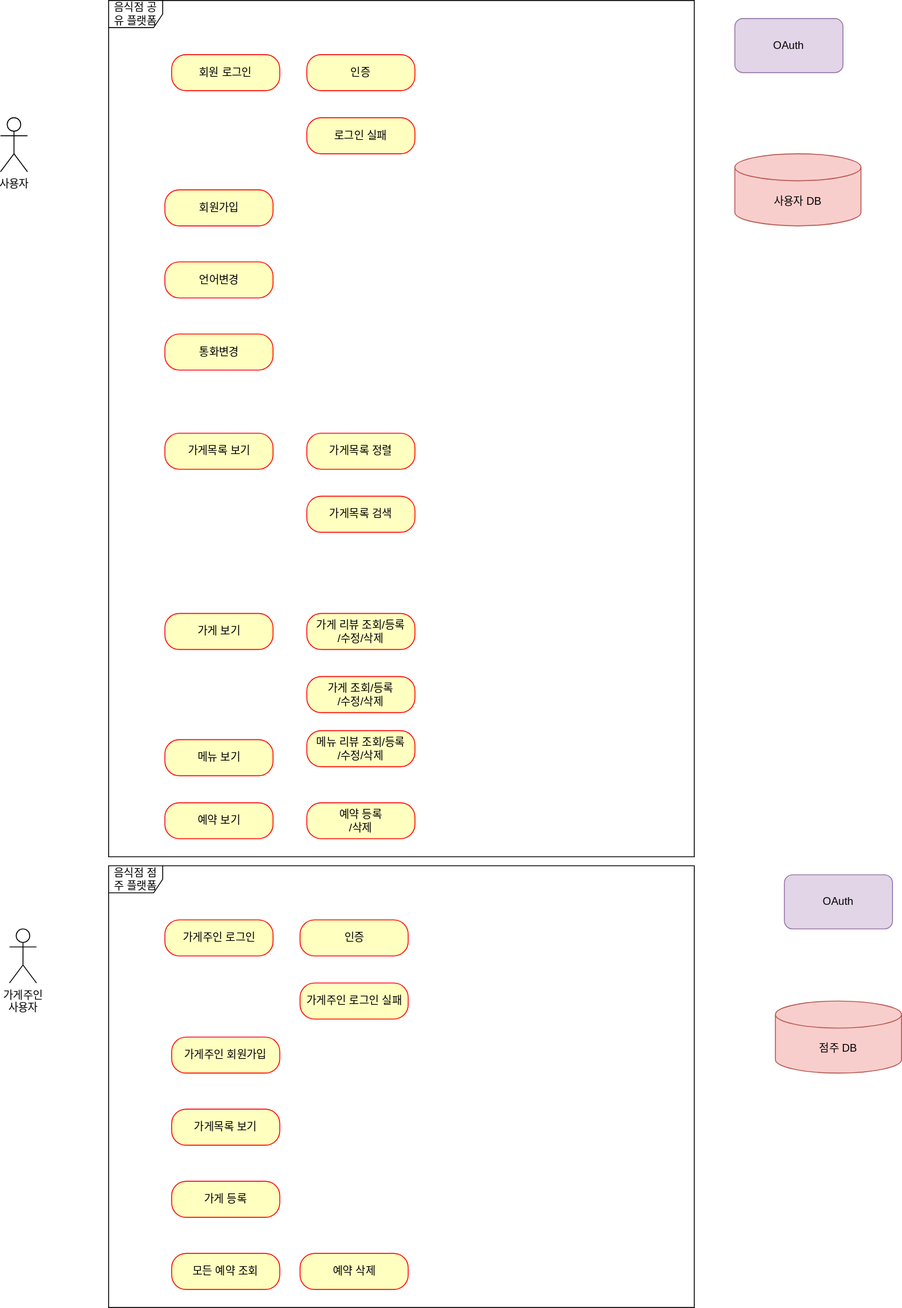
gunsight1/boot-up1-samsik keeps this draw.io diagram as document/usecase.svg. Above is the earlier version. Source tidied: cells renumbered, new cells last; positions are measured from the earlier drawing's top-left corner, leaving out a move shared by most shapes.
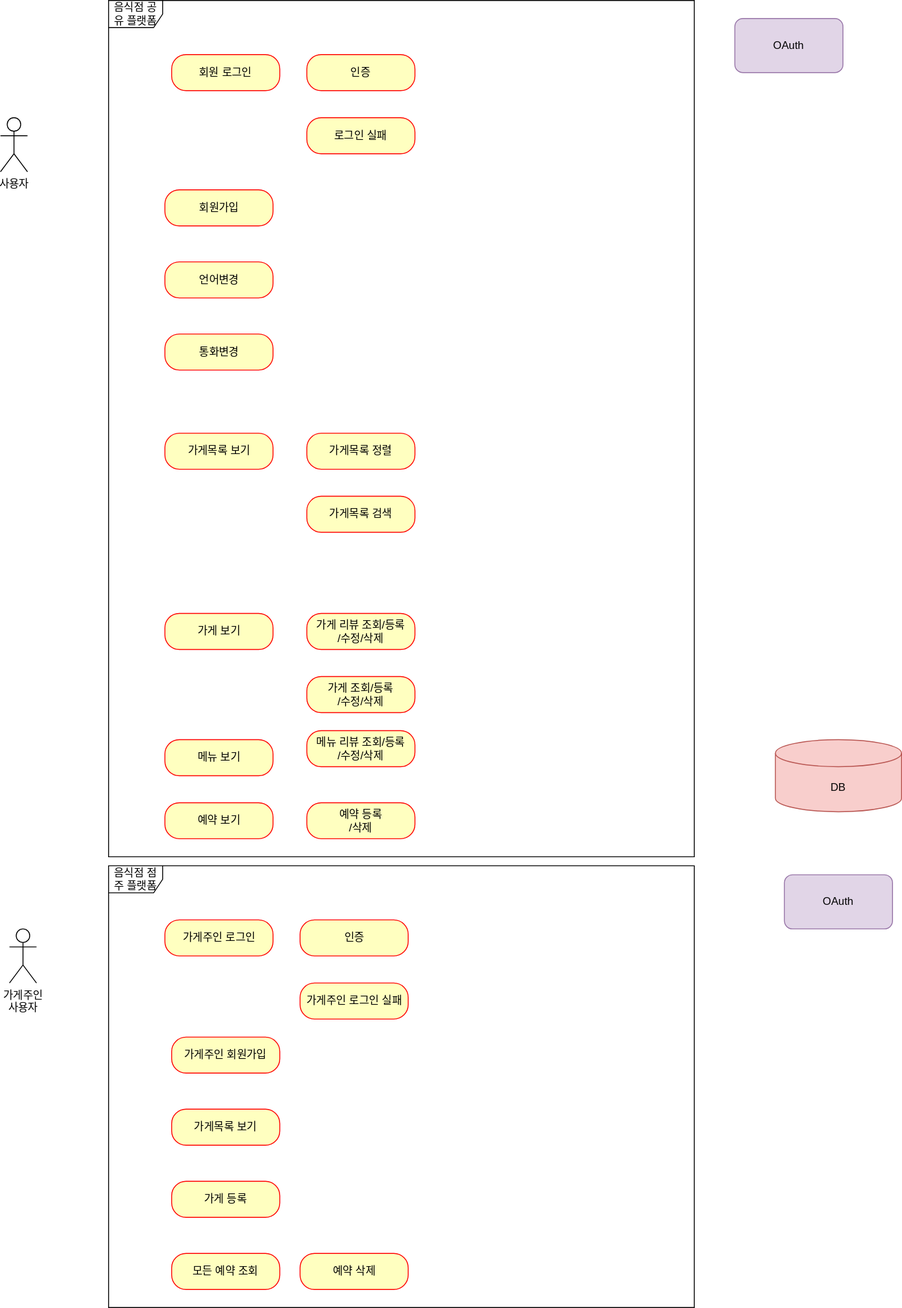
After the change.

Diff of the diagram source:
```diff
@@ -41,8 +41,8 @@
     <mxCell id="14" value="인증" style="rounded=1;whiteSpace=wrap;html=1;arcSize=40;fontColor=#000000;fillColor=#ffffc0;strokeColor=#ff0000;" parent="1" vertex="1">
       <mxGeometry x="340" y="60" width="120" height="40" as="geometry" />
     </mxCell>
-    <mxCell id="15" value="사용자 DB" style="shape=cylinder3;whiteSpace=wrap;html=1;boundedLbl=1;backgroundOutline=1;size=15;fillColor=#f8cecc;strokeColor=#b85450;" parent="1" vertex="1">
-      <mxGeometry x="815" y="170" width="140" height="80" as="geometry" />
+    <mxCell id="15" value="DB" style="shape=cylinder3;whiteSpace=wrap;html=1;boundedLbl=1;backgroundOutline=1;size=15;fillColor=#f8cecc;strokeColor=#b85450;" parent="1" vertex="1">
+      <mxGeometry x="860" y="820" width="140" height="80" as="geometry" />
     </mxCell>
     <mxCell id="16" value="OAuth" style="rounded=1;whiteSpace=wrap;html=1;fillColor=#e1d5e7;strokeColor=#9673a6;" parent="1" vertex="1">
       <mxGeometry x="815" y="20" width="120" height="60" as="geometry" />
@@ -92,9 +92,6 @@
     <mxCell id="31" value="예약 삭제" style="rounded=1;whiteSpace=wrap;html=1;arcSize=40;fontColor=#000000;fillColor=#ffffc0;strokeColor=#ff0000;" parent="1" vertex="1">
       <mxGeometry x="332.5" y="1390" width="120" height="40" as="geometry" />
     </mxCell>
-    <mxCell id="32" value="점주 DB" style="shape=cylinder3;whiteSpace=wrap;html=1;boundedLbl=1;backgroundOutline=1;size=15;fillColor=#f8cecc;strokeColor=#b85450;" parent="1" vertex="1">
-      <mxGeometry x="860" y="1110" width="140" height="80" as="geometry" />
-    </mxCell>
     <mxCell id="33" value="OAuth" style="rounded=1;whiteSpace=wrap;html=1;fillColor=#e1d5e7;strokeColor=#9673a6;" parent="1" vertex="1">
       <mxGeometry x="870" y="970" width="120" height="60" as="geometry" />
     </mxCell>
```
